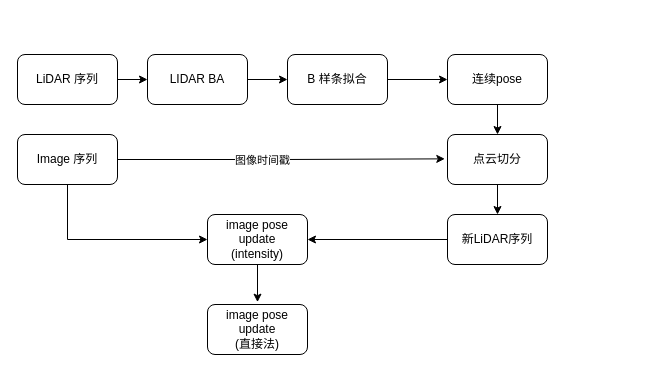
The draw.io diagram easycolor++/idea.drawio in zzywhu/drawio, before the edit. Source tidied: cells renumbered, new cells numbered last; positions are measured from the earlier drawing's top-left corner, leaving out a move shared by most shapes. Both pictures are drawn from the tidied source at 100%, with x=0, y=0 at pixel (17, 54).
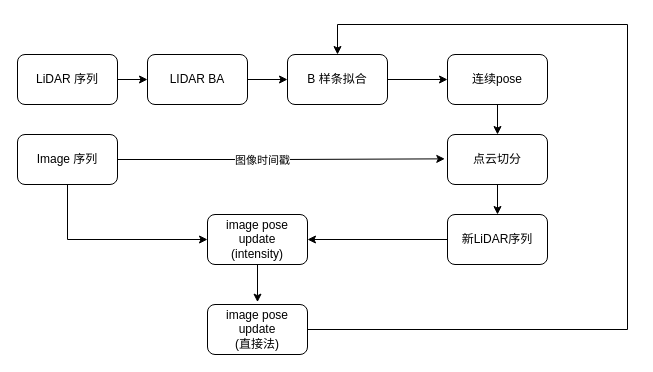
The same page after the edit.

Unchanged cells that the change refers to:
```xml
<mxCell id="3" value="B 样条拟合" style="rounded=1;whiteSpace=wrap;html=1;" parent="1" vertex="1">
  <mxGeometry x="270" width="100" height="50" as="geometry" />
</mxCell>
<mxCell id="19" value="image pose update&lt;div&gt;(直接法)&lt;/div&gt;" style="rounded=1;whiteSpace=wrap;html=1;" parent="1" vertex="1">
  <mxGeometry x="190" y="250" width="100" height="50" as="geometry" />
</mxCell>
```

What changed in the source:
```diff
@@
+    <mxCell id="21" style="edgeStyle=orthogonalEdgeStyle;rounded=0;jettySize=auto;html=1;exitX=1;exitY=0.5;exitDx=0;exitDy=0;entryX=0.5;entryY=0;entryDx=0;entryDy=0;" parent="1" edge="1" source="19" target="3">
+      <mxGeometry relative="1" as="geometry">
+        <Array as="points">
+          <mxPoint x="610" y="275" />
+          <mxPoint x="610" y="-30" />
+          <mxPoint x="320" y="-30" />
+        </Array>
+      </mxGeometry>
+    </mxCell>
```
